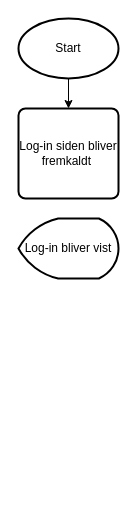
Tobi8570/H2 keeps this draw.io diagram as page "FlowCharts" (4 of 6) of Informatik UML.drawio. Above is the earlier version. Source tidied: cells renumbered, new cells numbered last; positions are measured from the earlier drawing's top-left corner, leaving out a move shared by most shapes. Both pictures are drawn from the tidied source at 100%, with x=0, y=0 at pixel (18, 18).
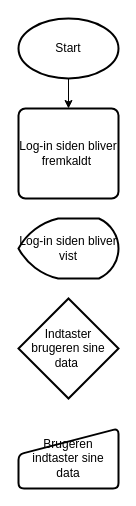
The same page after the edit.

The edit, as a diff of the source:
```diff
@@
 <mxGraphModel>
   <root>
     <mxCell id="0" />
     <mxCell id="1" parent="0" />
     <mxCell id="2" style="edgeStyle=orthogonalEdgeStyle;rounded=0;jettySize=auto;html=1;" parent="1" edge="1" source="3" target="4">
       <mxGeometry relative="1" as="geometry" />
     </mxCell>
     <mxCell id="3" value="Start" style="strokeWidth=2;html=1;shape=mxgraph.flowchart.start_1;whiteSpace=wrap;" parent="1" vertex="1">
       <mxGeometry width="100" height="60" as="geometry" />
     </mxCell>
     <mxCell id="4" value="Log-in siden bliver fremkaldt&amp;nbsp;" style="rounded=1;whiteSpace=wrap;html=1;absoluteArcSize=1;arcSize=14;strokeWidth=2;fillColor=none;" parent="1" vertex="1">
       <mxGeometry y="90" width="100" height="90" as="geometry" />
     </mxCell>
-    <mxCell id="5" value="Log-in bliver vist" style="strokeWidth=2;html=1;shape=mxgraph.flowchart.display;whiteSpace=wrap;fillColor=none;" parent="1" vertex="1">
+    <mxCell id="5" value="Log-in siden bliver vist" style="strokeWidth=2;html=1;shape=mxgraph.flowchart.display;whiteSpace=wrap;fillColor=none;" parent="1" vertex="1">
       <mxGeometry y="200" width="100" height="60" as="geometry" />
     </mxCell>
+    <mxCell id="6" value="Indtaster brugeren sine data&amp;nbsp;" style="strokeWidth=2;html=1;shape=mxgraph.flowchart.decision;whiteSpace=wrap;fillColor=none;" parent="1" vertex="1">
+      <mxGeometry y="280" width="100" height="100" as="geometry" />
+    </mxCell>
+    <mxCell id="7" value="Brugeren indtaster sine data" style="html=1;strokeWidth=2;shape=manualInput;whiteSpace=wrap;rounded=1;size=26;arcSize=11;fillColor=none;" parent="1" vertex="1">
+      <mxGeometry y="410" width="100" height="60" as="geometry" />
+    </mxCell>
   </root>
 </mxGraphModel>
```
